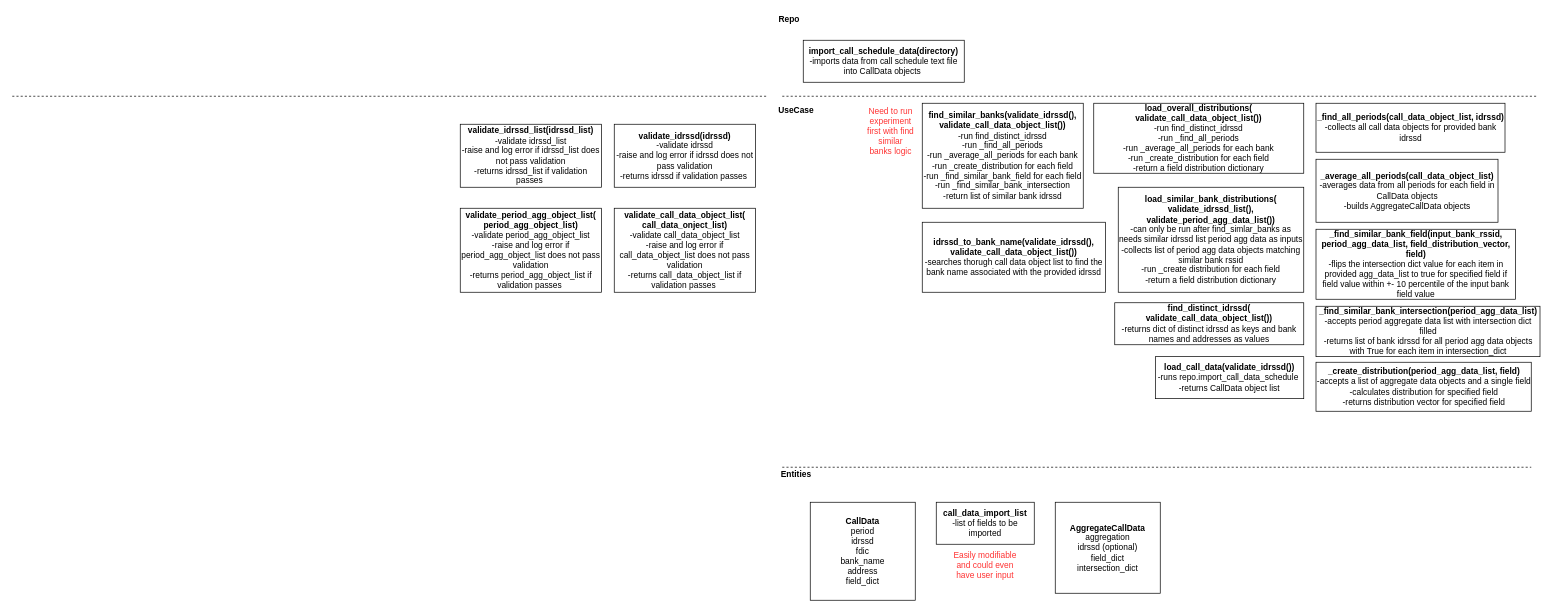
Above: page "architecture" (1 of 4) of architecture/bank_like_x_architecture.drawio in JasonBrauer/banklikex (draw.io), before the change. Source tidied: cells renumbered, new cells numbered last; positions are measured from the earlier drawing's top-left corner, leaving out a move shared by most shapes. Both pictures are drawn from the tidied source at 70%, with x=0, y=0 at pixel (12, 12).
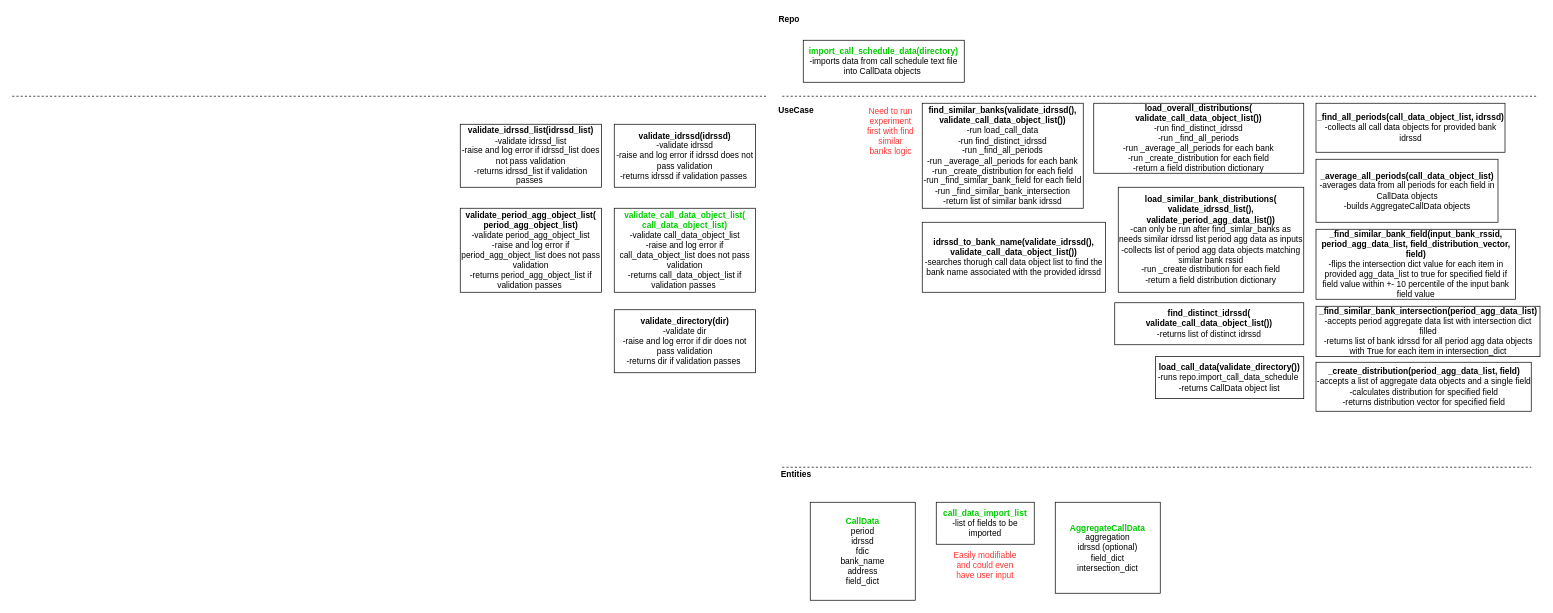
After the change.

Change to the diagram source:
```diff
@@
-    <mxCell id="3" value="&lt;b&gt;CallData&lt;/b&gt;&lt;br&gt;period&lt;br&gt;idrssd&lt;br&gt;fdic&lt;br&gt;bank_name&lt;br&gt;address&lt;br&gt;field_dict&lt;br&gt;" style="rounded=0;whiteSpace=wrap;html=1;align=center;" parent="1" vertex="1">
+    <mxCell id="3" value="&lt;b&gt;&lt;font color=&quot;#00cc00&quot;&gt;CallData&lt;/font&gt;&lt;/b&gt;&lt;br&gt;period&lt;br&gt;idrssd&lt;br&gt;fdic&lt;br&gt;bank_name&lt;br&gt;address&lt;br&gt;field_dict" style="rounded=0;whiteSpace=wrap;html=1;align=center;" parent="1" vertex="1">
       <mxGeometry x="1140" y="700" width="150" height="140" as="geometry" />
     </mxCell>
@@
-    <mxCell id="5" value="&lt;b&gt;import_call_schedule_data(directory)&lt;/b&gt;&lt;br&gt;-imports data from call schedule text file into CallData objects&amp;nbsp;" style="rounded=0;whiteSpace=wrap;html=1;" parent="1" vertex="1">
+    <mxCell id="5" value="&lt;b&gt;&lt;font color=&quot;#00cc00&quot;&gt;import_call_schedule_data(directory)&lt;/font&gt;&lt;/b&gt;&lt;br&gt;-imports data from call schedule text file into CallData objects&amp;nbsp;" style="rounded=0;whiteSpace=wrap;html=1;" parent="1" vertex="1">
       <mxGeometry x="1130" y="40" width="230" height="60" as="geometry" />
     </mxCell>
-    <mxCell id="6" value="&lt;b&gt;call_data_import_list&lt;/b&gt;&lt;br&gt;-list of fields to be imported" style="rounded=0;whiteSpace=wrap;html=1;" parent="1" vertex="1">
+    <mxCell id="6" value="&lt;b&gt;&lt;font color=&quot;#00cc00&quot;&gt;call_data_import_list&lt;/font&gt;&lt;/b&gt;&lt;br&gt;-list of fields to be imported" style="rounded=0;whiteSpace=wrap;html=1;" parent="1" vertex="1">
       <mxGeometry x="1320" y="700" width="140" height="60" as="geometry" />
     </mxCell>
@@
-    <mxCell id="8" value="&lt;b&gt;AggregateCallData&lt;/b&gt;&lt;br&gt;aggregation&lt;br&gt;idrssd (optional)&lt;br&gt;field_dict&lt;br&gt;intersection_dict" style="rounded=0;whiteSpace=wrap;html=1;align=center;" parent="1" vertex="1">
+    <mxCell id="8" value="&lt;b&gt;&lt;font color=&quot;#00cc00&quot;&gt;AggregateCallData&lt;/font&gt;&lt;/b&gt;&lt;br&gt;aggregation&lt;br&gt;idrssd (optional)&lt;br&gt;field_dict&lt;br&gt;intersection_dict" style="rounded=0;whiteSpace=wrap;html=1;align=center;" parent="1" vertex="1">
       <mxGeometry x="1490" y="700" width="150" height="130" as="geometry" />
     </mxCell>
-    <mxCell id="9" value="&lt;b&gt;find_similar_banks(validate_idrssd(), validate_call_data_object_list())&lt;/b&gt;&lt;br&gt;-run find_distinct_idrssd&lt;br&gt;-run _find_all_periods&lt;br&gt;-run _average_all_periods for each bank&lt;br&gt;-run _create_distribution for each field&lt;br&gt;-run _find_similar_bank_field for each field&lt;br&gt;-run _find_similar_bank_intersection&lt;br&gt;-return list of similar bank idrssd" style="rounded=0;whiteSpace=wrap;html=1;" parent="1" vertex="1">
+    <mxCell id="9" value="&lt;b&gt;find_similar_banks(validate_idrssd(), validate_call_data_object_list())&lt;/b&gt;&lt;br&gt;-run load_call_data&lt;br&gt;-run find_distinct_idrssd&lt;br&gt;-run _find_all_periods&lt;br&gt;-run _average_all_periods for each bank&lt;br&gt;-run _create_distribution for each field&lt;br&gt;-run _find_similar_bank_field for each field&lt;br&gt;-run _find_similar_bank_intersection&lt;br&gt;-return list of similar bank idrssd" style="rounded=0;whiteSpace=wrap;html=1;" parent="1" vertex="1">
       <mxGeometry x="1300" y="130" width="230" height="150" as="geometry" />
     </mxCell>
@@
-    <mxCell id="14" value="&lt;b&gt;find_distinct_idrssd(&lt;br&gt;validate_call_data_object_list())&lt;/b&gt;&lt;br&gt;-returns dict of distinct idrssd as keys and bank names and addresses as values" style="rounded=0;whiteSpace=wrap;html=1;" parent="1" vertex="1">
+    <mxCell id="14" value="&lt;b&gt;find_distinct_idrssd(&lt;br&gt;validate_call_data_object_list())&lt;/b&gt;&lt;br&gt;-returns list of distinct idrssd" style="rounded=0;whiteSpace=wrap;html=1;" parent="1" vertex="1">
       <mxGeometry x="1575" y="415" width="270" height="60" as="geometry" />
     </mxCell>
@@
-    <mxCell id="20" value="&lt;b&gt;load_call_data(validate_idrssd())&lt;/b&gt;&lt;br&gt;-runs repo.import_call_data_schedule&amp;nbsp;&lt;br&gt;-returns CallData object list" style="rounded=0;whiteSpace=wrap;html=1;" parent="1" vertex="1">
+    <mxCell id="20" value="&lt;b&gt;load_call_data(validate_directory())&lt;/b&gt;&lt;br&gt;-runs repo.import_call_data_schedule&amp;nbsp;&lt;br&gt;-returns CallData object list" style="rounded=0;whiteSpace=wrap;html=1;" parent="1" vertex="1">
       <mxGeometry x="1633" y="492" width="212" height="60" as="geometry" />
     </mxCell>
@@
-    <mxCell id="25" value="&lt;b&gt;validate_call_data_object_list(&lt;br&gt;call_data_onject_list)&lt;/b&gt;&lt;br&gt;-validate call_data_object_list&lt;br&gt;-raise and log error if call_data_object_list does not pass validation&lt;br&gt;-returns call_data_object_list if validation passes&amp;nbsp;" style="rounded=0;whiteSpace=wrap;html=1;" parent="1" vertex="1">
+    <mxCell id="25" value="&lt;b&gt;&lt;font color=&quot;#00cc00&quot;&gt;validate_call_data_object_list(&lt;br&gt;call_data_object_list)&lt;/font&gt;&lt;/b&gt;&lt;br&gt;-validate call_data_object_list&lt;br&gt;-raise and log error if call_data_object_list does not pass validation&lt;br&gt;-returns call_data_object_list if validation passes&amp;nbsp;" style="rounded=0;whiteSpace=wrap;html=1;" parent="1" vertex="1">
       <mxGeometry x="860" y="280" width="202" height="120" as="geometry" />
     </mxCell>
@@
+    <mxCell id="29" value="&lt;b&gt;validate_directory(dir)&lt;/b&gt;&lt;br&gt;-validate dir&lt;br&gt;-raise and log error if dir does not pass validation&lt;br&gt;-returns dir if validation passes&amp;nbsp;" style="rounded=0;whiteSpace=wrap;html=1;" parent="1" vertex="1">
+      <mxGeometry x="860" y="425" width="202" height="90" as="geometry" />
+    </mxCell>
```
